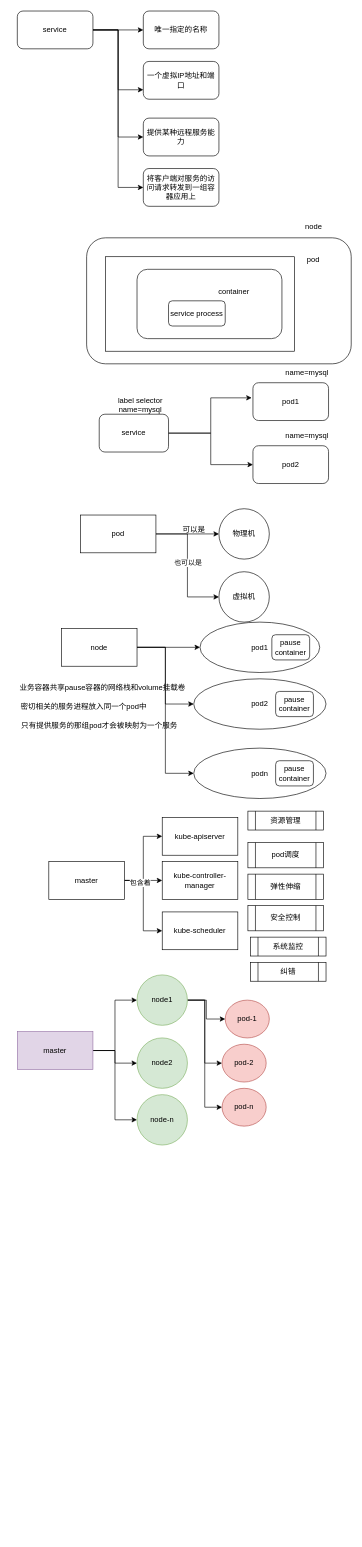
Before: conf/k8s.drawio in liuxiaohu0511/ruleEngine, a draw.io diagram. Source tidied: cells renumbered, new cells numbered last; positions are measured from the earlier drawing's top-left corner, leaving out a move shared by most shapes. Both pictures are drawn from the tidied source at 63%, with x=0, y=0 at pixel (11, 11).
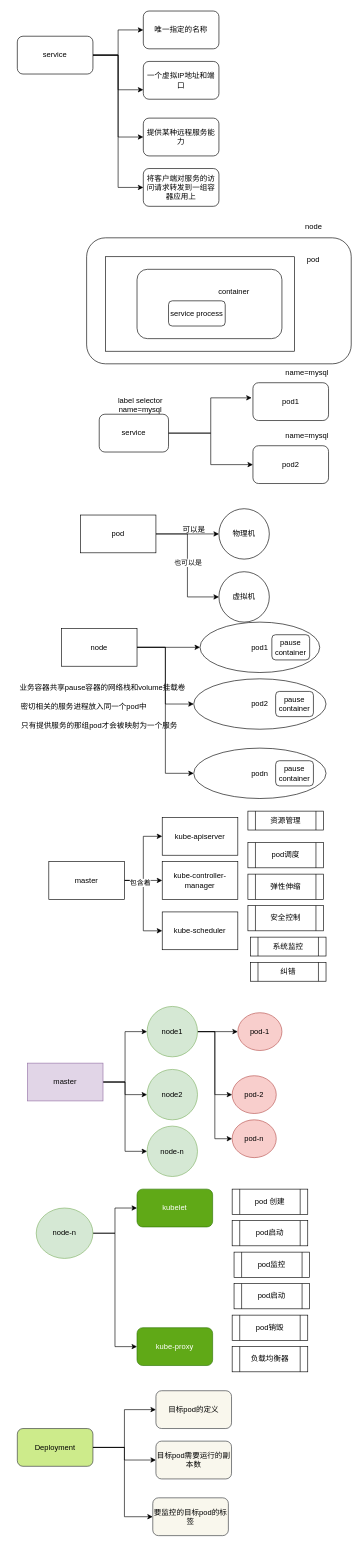
The same page after the edit.

The edit, as a diff of the source:
```diff
@@
     <mxCell id="7" value="service" style="rounded=1;whiteSpace=wrap;html=1;" parent="1" vertex="1">
-      <mxGeometry x="10" width="120" height="60" as="geometry" />
+      <mxGeometry x="10" y="40" width="120" height="60" as="geometry" />
     </mxCell>
@@
     <mxCell id="63" value="master" style="whiteSpace=wrap;html=1;fillColor=#e1d5e7;strokeColor=#9673a6;" parent="1" vertex="1">
-      <mxGeometry x="10" y="1620" width="120" height="60" as="geometry" />
+      <mxGeometry x="26" y="1670" width="120" height="60" as="geometry" />
     </mxCell>
@@
     <mxCell id="67" value="node1" style="ellipse;whiteSpace=wrap;html=1;fillColor=#d5e8d4;strokeColor=#82b366;" parent="1" vertex="1">
-      <mxGeometry x="200" y="1530" width="80" height="80" as="geometry" />
+      <mxGeometry x="216" y="1580" width="80" height="80" as="geometry" />
     </mxCell>
     <mxCell id="68" value="node2" style="ellipse;whiteSpace=wrap;html=1;fillColor=#d5e8d4;strokeColor=#82b366;" parent="1" vertex="1">
-      <mxGeometry x="200" y="1630" width="80" height="80" as="geometry" />
+      <mxGeometry x="216" y="1680" width="80" height="80" as="geometry" />
     </mxCell>
     <mxCell id="69" value="node-n" style="ellipse;whiteSpace=wrap;html=1;fillColor=#d5e8d4;strokeColor=#82b366;" parent="1" vertex="1">
-      <mxGeometry x="200" y="1720" width="80" height="80" as="geometry" />
+      <mxGeometry x="216" y="1770" width="80" height="80" as="geometry" />
     </mxCell>
     <mxCell id="70" value="pod-1" style="ellipse;whiteSpace=wrap;html=1;fillColor=#f8cecc;strokeColor=#b85450;" parent="1" vertex="1">
-      <mxGeometry x="340" y="1570" width="70" height="60" as="geometry" />
+      <mxGeometry x="360" y="1590" width="70" height="60" as="geometry" />
     </mxCell>
     <mxCell id="71" value="pod-2" style="ellipse;whiteSpace=wrap;html=1;fillColor=#f8cecc;strokeColor=#b85450;" parent="1" vertex="1">
-      <mxGeometry x="335" y="1640" width="70" height="60" as="geometry" />
+      <mxGeometry x="351" y="1690" width="70" height="60" as="geometry" />
     </mxCell>
     <mxCell id="72" value="pod-n" style="ellipse;whiteSpace=wrap;html=1;fillColor=#f8cecc;strokeColor=#b85450;" parent="1" vertex="1">
-      <mxGeometry x="335" y="1710" width="70" height="60" as="geometry" />
+      <mxGeometry x="351" y="1760" width="70" height="60" as="geometry" />
     </mxCell>
+    <mxCell id="73" style="edgeStyle=orthogonalEdgeStyle;rounded=0;jettySize=auto;html=1;entryX=0;entryY=0.5;entryDx=0;entryDy=0;" parent="1" edge="1" source="75" target="76">
+      <mxGeometry relative="1" as="geometry" />
+    </mxCell>
+    <mxCell id="74" style="edgeStyle=orthogonalEdgeStyle;rounded=0;jettySize=auto;html=1;entryX=0;entryY=0.5;entryDx=0;entryDy=0;" parent="1" edge="1" source="75" target="77">
+      <mxGeometry relative="1" as="geometry" />
+    </mxCell>
+    <mxCell id="75" value="node-n" style="ellipse;whiteSpace=wrap;html=1;fillColor=#d5e8d4;strokeColor=#82b366;" parent="1" vertex="1">
+      <mxGeometry x="40" y="1900" width="90" height="80" as="geometry" />
+    </mxCell>
+    <mxCell id="76" value="kubelet" style="rounded=1;whiteSpace=wrap;html=1;fillColor=#60a917;fontColor=#ffffff;strokeColor=#2D7600;" parent="1" vertex="1">
+      <mxGeometry x="200" y="1870" width="120" height="60" as="geometry" />
+    </mxCell>
+    <mxCell id="77" value="kube-proxy" style="rounded=1;whiteSpace=wrap;html=1;fillColor=#60a917;fontColor=#ffffff;strokeColor=#2D7600;" parent="1" vertex="1">
+      <mxGeometry x="200" y="2090" width="120" height="60" as="geometry" />
+    </mxCell>
+    <mxCell id="78" value="pod 创建" style="shape=process;whiteSpace=wrap;html=1;backgroundOutline=1;" parent="1" vertex="1">
+      <mxGeometry x="351" y="1870" width="120" height="40" as="geometry" />
+    </mxCell>
+    <mxCell id="79" value="pod启动" style="shape=process;whiteSpace=wrap;html=1;backgroundOutline=1;" parent="1" vertex="1">
+      <mxGeometry x="351" y="1920" width="120" height="40" as="geometry" />
+    </mxCell>
+    <mxCell id="80" value="pod监控" style="shape=process;whiteSpace=wrap;html=1;backgroundOutline=1;" parent="1" vertex="1">
+      <mxGeometry x="354" y="1970" width="120" height="40" as="geometry" />
+    </mxCell>
+    <mxCell id="81" value="pod启动" style="shape=process;whiteSpace=wrap;html=1;backgroundOutline=1;" parent="1" vertex="1">
+      <mxGeometry x="354" y="2020" width="120" height="40" as="geometry" />
+    </mxCell>
+    <mxCell id="82" value="pod销毁" style="shape=process;whiteSpace=wrap;html=1;backgroundOutline=1;" parent="1" vertex="1">
+      <mxGeometry x="351" y="2070" width="120" height="40" as="geometry" />
+    </mxCell>
+    <mxCell id="83" value="负载均衡器" style="shape=process;whiteSpace=wrap;html=1;backgroundOutline=1;" parent="1" vertex="1">
+      <mxGeometry x="351" y="2120" width="120" height="40" as="geometry" />
+    </mxCell>
+    <mxCell id="84" style="edgeStyle=orthogonalEdgeStyle;rounded=0;jettySize=auto;html=1;" parent="1" edge="1" source="86" target="87">
+      <mxGeometry relative="1" as="geometry" />
+    </mxCell>
+    <mxCell id="85" style="edgeStyle=orthogonalEdgeStyle;rounded=0;jettySize=auto;html=1;entryX=0;entryY=0.5;entryDx=0;entryDy=0;" parent="1" edge="1" source="86" target="90">
+      <mxGeometry relative="1" as="geometry">
+        <Array as="points">
+          <mxPoint x="180" y="2280" />
+          <mxPoint x="180" y="2390" />
+        </Array>
+      </mxGeometry>
+    </mxCell>
+    <mxCell id="86" value="Deployment" style="rounded=1;whiteSpace=wrap;html=1;fillColor=#cdeb8b;strokeColor=#36393d;" parent="1" vertex="1">
+      <mxGeometry x="10" y="2250" width="120" height="60" as="geometry" />
+    </mxCell>
+    <mxCell id="87" value="目标pod的定义" style="whiteSpace=wrap;html=1;rounded=1;fillColor=#f9f7ed;strokeColor=#36393d;" parent="1" vertex="1">
+      <mxGeometry x="230" y="2190" width="120" height="60" as="geometry" />
+    </mxCell>
+    <mxCell id="88" style="edgeStyle=orthogonalEdgeStyle;rounded=0;jettySize=auto;html=1;" parent="1" edge="1" source="86" target="89">
+      <mxGeometry relative="1" as="geometry" />
+    </mxCell>
+    <mxCell id="89" value="目标pod需要运行的副本数" style="whiteSpace=wrap;html=1;rounded=1;fillColor=#f9f7ed;strokeColor=#36393d;" parent="1" vertex="1">
+      <mxGeometry x="230" y="2270" width="120" height="60" as="geometry" />
+    </mxCell>
+    <mxCell id="90" value="要监控的目标pod的标签" style="whiteSpace=wrap;html=1;rounded=1;fillColor=#f9f7ed;strokeColor=#36393d;" parent="1" vertex="1">
+      <mxGeometry x="225" y="2360" width="120" height="60" as="geometry" />
+    </mxCell>
```
